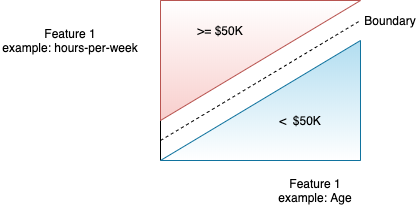
This is SGDC_explain.png from scpfoster/ML_Project1_SupervisedLearning, a draw.io export, as it was before one commit. Source tidied: cells renumbered, new cells last; positions are measured from the earlier drawing's top-left corner, leaving out a move shared by most shapes.
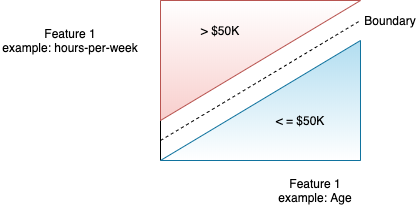
The same diagram one commit later.

What changed in the source:
```diff
@@ -25,10 +25,10 @@
     <mxCell id="7" style="verticalLabelPosition=bottom;verticalAlign=top;html=1;shape=mxgraph.basic.orthogonal_triangle;fillColor=#f8cecc;flipH=0;flipV=1;strokeColor=#b85450;gradientColor=#ffffff;" parent="1" vertex="1">
       <mxGeometry x="160" width="200" height="120" as="geometry" />
     </mxCell>
-    <mxCell id="8" value="&amp;lt;&amp;nbsp; $50K" style="text;html=1;strokeColor=none;fillColor=none;align=center;verticalAlign=middle;whiteSpace=wrap;rounded=0;" parent="1" vertex="1">
+    <mxCell id="8" value="&amp;lt; = $50K" style="text;html=1;strokeColor=none;fillColor=none;align=center;verticalAlign=middle;whiteSpace=wrap;rounded=0;" parent="1" vertex="1">
       <mxGeometry x="270" y="110" width="60" height="20" as="geometry" />
     </mxCell>
-    <mxCell id="9" value="&amp;gt;= $50K" style="text;html=1;strokeColor=none;fillColor=none;align=center;verticalAlign=middle;whiteSpace=wrap;rounded=0;" parent="1" vertex="1">
+    <mxCell id="9" value="&amp;gt; $50K" style="text;html=1;strokeColor=none;fillColor=none;align=center;verticalAlign=middle;whiteSpace=wrap;rounded=0;" parent="1" vertex="1">
       <mxGeometry x="190" y="20" width="60" height="20" as="geometry" />
     </mxCell>
     <mxCell id="10" style="endArrow=none;dashed=1;html=1;" parent="1" edge="1">
```
